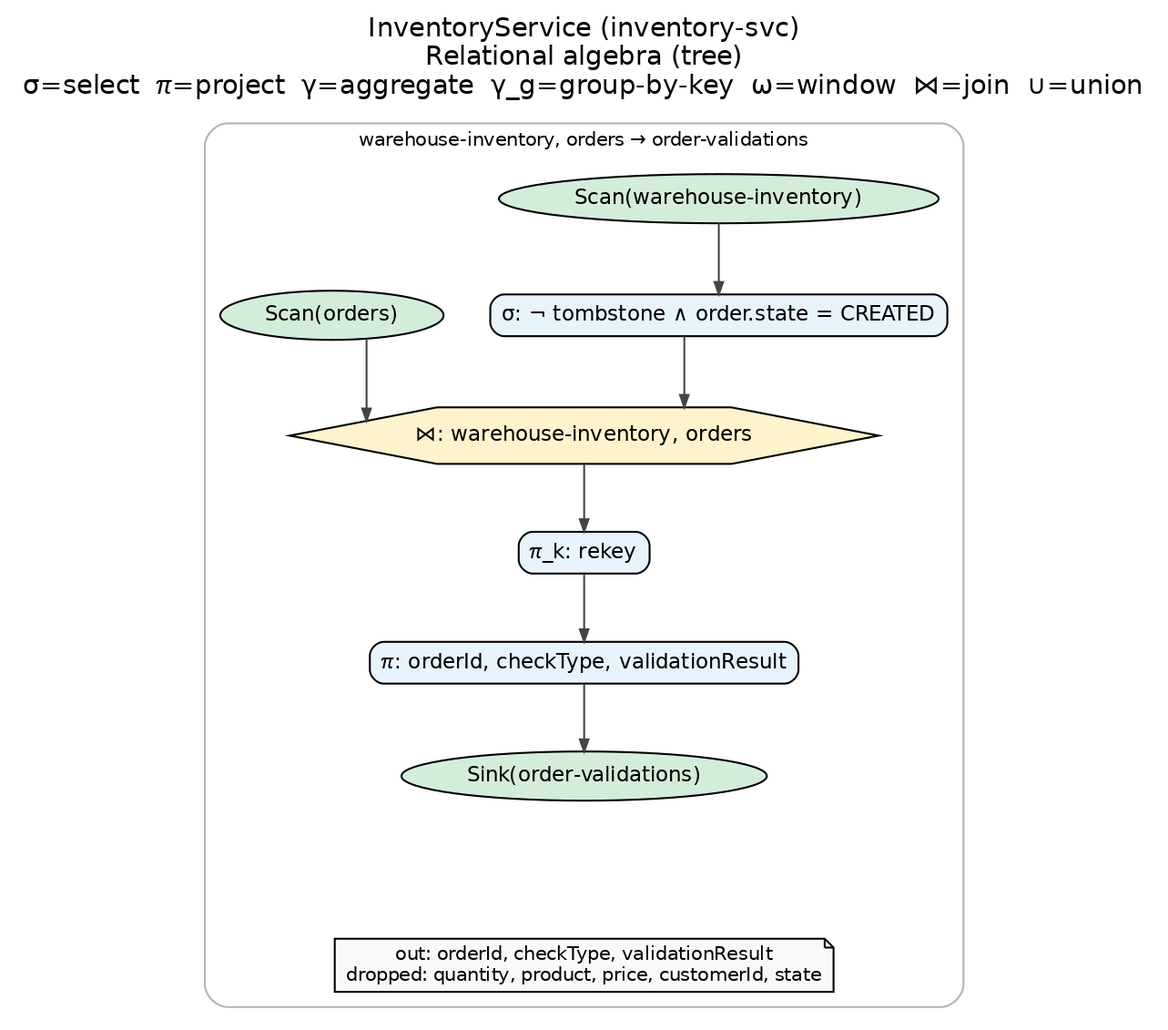
Coder2002-MSAdithya/kafka-streams-examples keeps this Graphviz diagram as docs/difc-ra-diagrams/inventory-svc-ra-flow.png. Above is the earlier version. Its source is kept beside it as docs/difc-ra-diagrams/inventory-svc-ra-flow.dot. The source it was exported from:
```dot
digraph ra {
  graph [rankdir=TB, bgcolor="white", fontname="Helvetica", splines=ortho, nodesep=0.35, ranksep=0.5, ordering="out"];
  node [fontname="Helvetica", fontsize=11, style=filled, height=0.3, margin="0.08,0.04"];
  edge [fontname="Helvetica", color="#444444", arrowsize=0.65];
  label="InventoryService (inventory-svc)\nRelational algebra (tree)\nσ=select  π=project  γ=aggregate  γ_g=group-by-key  ω=window  ⋈=join  ∪=union";
  labelloc=t;
  fontsize=14;
  subgraph cluster_0 {
    label="warehouse-inventory, orders → order-validations"; style=rounded; color="#adb5bd"; fontsize=10;
    p0_sink_order_validations [label="Sink(order-validations)", shape=ellipse, style="filled", fillcolor="#d4edda"];
    p0_pi_orderid_1 [label="π: orderId, checkType, validationResult", shape=box, style="rounded,filled", fillcolor="#e8f4fc"];
    p0_rekey_selectkey_2 [label="π_k: rekey", shape=box, style="rounded,filled", fillcolor="#e8f4fc"];
    p0_join_3 [label="⋈: warehouse-inventory, orders", shape=hexagon, style="filled", fillcolor="#fff3cd"];
    p0_sigma_tombstone_order__4 [label="σ: ¬ tombstone ∧ order.state = CREATED", shape=box, style="rounded,filled", fillcolor="#e8f4fc"];
    p0_scan_warehouse_inventory [label="Scan(warehouse-inventory)", shape=ellipse, style="filled", fillcolor="#d4edda"];
    p0_scan_warehouse_inventory -> p0_sigma_tombstone_order__4;
    p0_sigma_tombstone_order__4 -> p0_join_3;
    p0_scan_orders [label="Scan(orders)", shape=ellipse, style="filled", fillcolor="#d4edda"];
    p0_scan_orders -> p0_join_3;
    { rank=same; p0_sigma_tombstone_order__4; p0_scan_orders; }
    p0_join_3 -> p0_rekey_selectkey_2;
    p0_rekey_selectkey_2 -> p0_pi_orderid_1;
    p0_pi_orderid_1 -> p0_sink_order_validations;
    r0anchor [style=invis, width=0, height=0, label=""];
    p0_sink_order_validations -> r0anchor [style=invis];
    r0anchor -> r0note [style=invis];
    r0note [label="out: orderId, checkType, validationResult\ndropped: quantity, product, price, customerId, state", shape=note, fillcolor="#f8f9fa", fontsize=10];
    { rank=max; r0note; }
  }
}
```
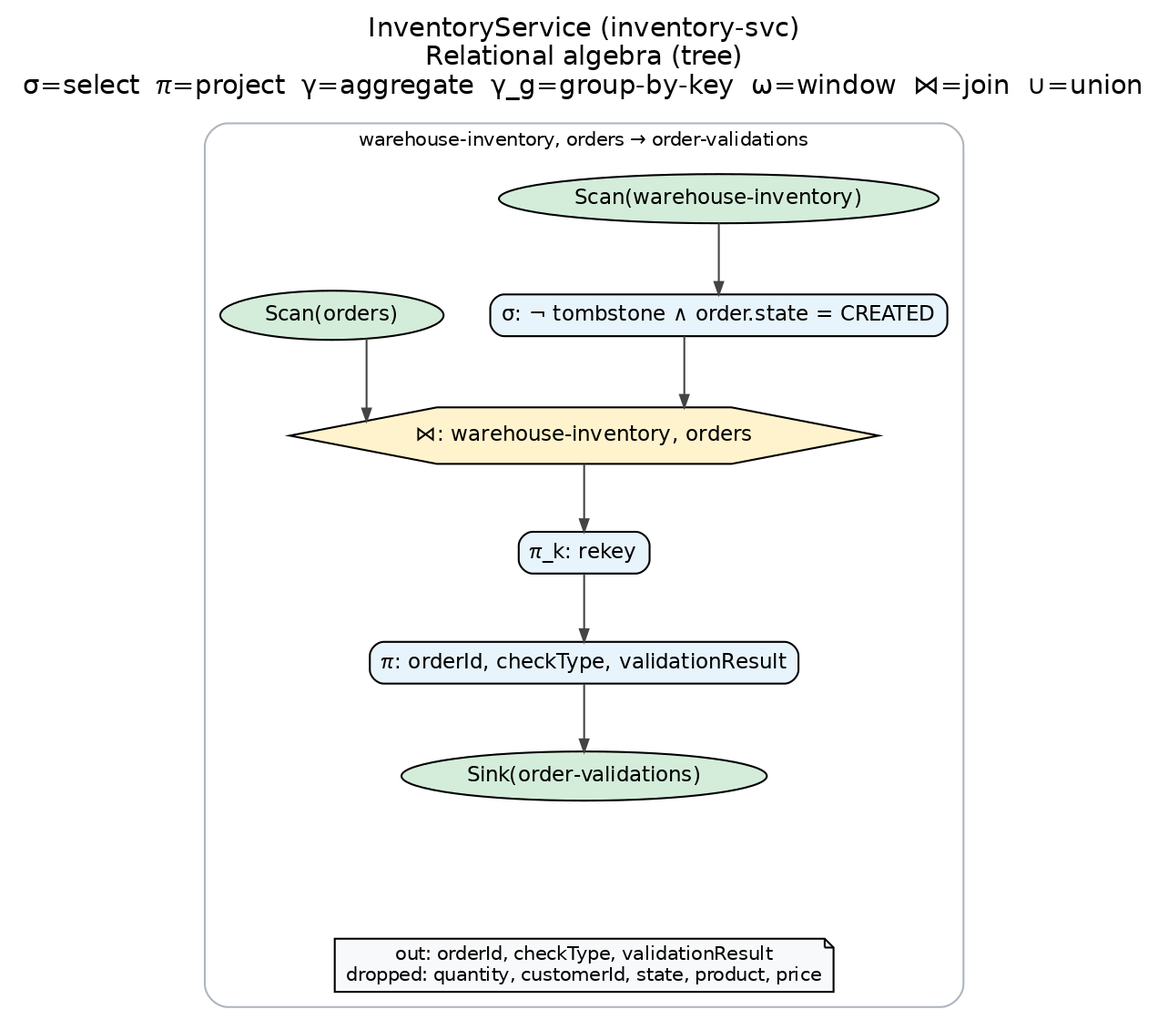
Above is the later version.

What changed in the source:
```diff
@@ -24,7 +24,7 @@
     r0anchor [style=invis, width=0, height=0, label=""];
     p0_sink_order_validations -> r0anchor [style=invis];
     r0anchor -> r0note [style=invis];
-    r0note [label="out: orderId, checkType, validationResult\ndropped: quantity, product, price, customerId, state", shape=note, fillcolor="#f8f9fa", fontsize=10];
+    r0note [label="out: orderId, checkType, validationResult\ndropped: quantity, customerId, state, product, price", shape=note, fillcolor="#f8f9fa", fontsize=10];
     { rank=max; r0note; }
   }
 }
```
